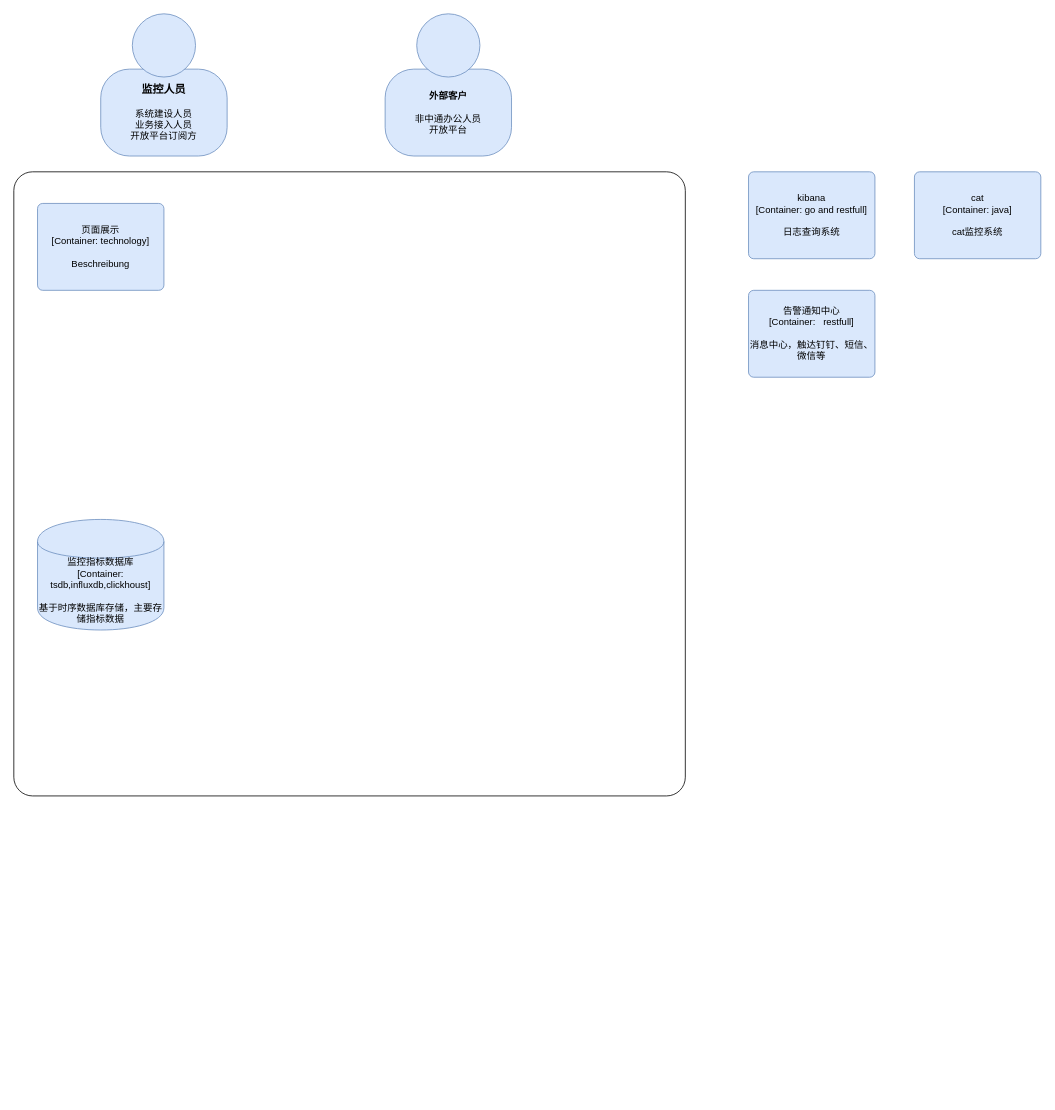
Before: Untitled Diagram.drawio in qq240996777/config_test, a draw.io diagram. Source tidied: cells renumbered, new cells numbered last; positions are measured from the earlier drawing's top-left corner, leaving out a move shared by most shapes. Both pictures are drawn from the tidied source at 79%, with x=0, y=0 at pixel (13, 13).
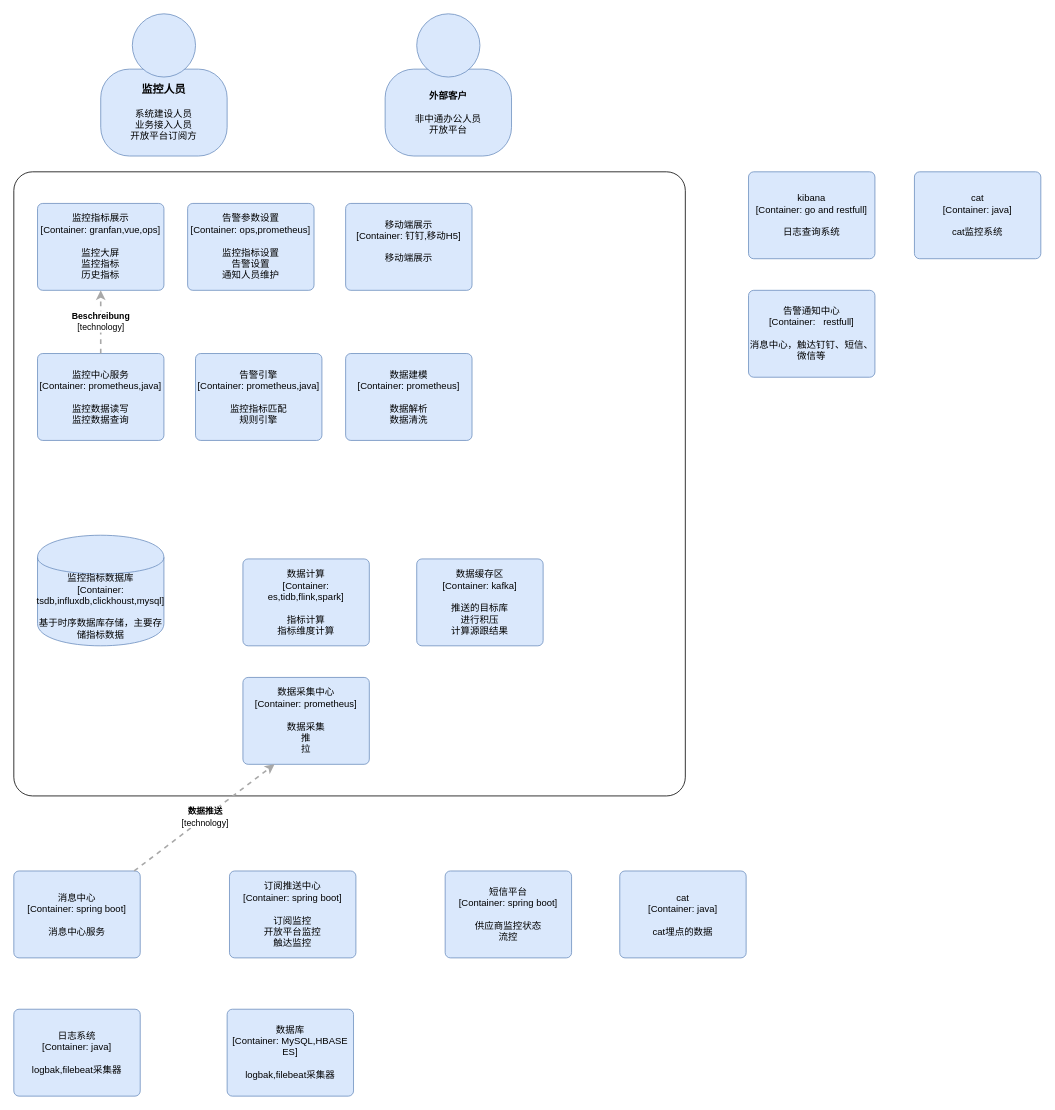
Above is the later version.

Change to the diagram source:
```diff
@@
-    <mxCell id="12" value="监控指标数据库&lt;br&gt;&lt;div&gt;[Container: tsdb,influxdb,clickhoust]&lt;/div&gt;&lt;div&gt;&lt;br&gt;&lt;/div&gt;&lt;div&gt;基于时序数据库存储，主要存储指标数据&lt;/div&gt;" style="shape=cylinder;whiteSpace=wrap;html=1;boundedLbl=1;rounded=0;labelBackgroundColor=none;fillColor=#dae8fc;fontSize=12;fontColor=#000000;align=center;strokeColor=#6c8ebf;" parent="1" vertex="1">
-      <mxGeometry x="30" y="640" width="160" height="140" as="geometry" />
+    <mxCell id="12" value="监控指标数据库&lt;br&gt;&lt;div&gt;[Container: tsdb,influxdb,clickhoust,mysql]&lt;/div&gt;&lt;div&gt;&lt;br&gt;&lt;/div&gt;&lt;div&gt;基于时序数据库存储，主要存储指标数据&lt;/div&gt;" style="shape=cylinder;whiteSpace=wrap;html=1;boundedLbl=1;rounded=0;labelBackgroundColor=none;fillColor=#dae8fc;fontSize=12;fontColor=#000000;align=center;strokeColor=#6c8ebf;" parent="1" vertex="1">
+      <mxGeometry x="30" y="660" width="160" height="140" as="geometry" />
     </mxCell>
-    <mxCell id="13" value="页面展示&lt;br&gt;&lt;div&gt;[Container:&amp;nbsp;&lt;span&gt;technology&lt;/span&gt;&lt;span&gt;]&lt;/span&gt;&lt;/div&gt;&lt;div&gt;&lt;br&gt;&lt;/div&gt;&lt;div&gt;Beschreibung&lt;/div&gt;" style="rounded=1;whiteSpace=wrap;html=1;labelBackgroundColor=none;fillColor=#dae8fc;fontColor=#000000;align=center;arcSize=6;strokeColor=#6c8ebf;shadow=0;glass=0;comic=0;" parent="1" vertex="1">
+    <mxCell id="13" value="监控指标展示&lt;br&gt;&lt;div&gt;[Container: granfan,vue,ops&lt;span&gt;]&lt;/span&gt;&lt;/div&gt;&lt;div&gt;&lt;br&gt;&lt;/div&gt;&lt;div&gt;监控大屏&lt;/div&gt;&lt;div&gt;监控指标&lt;/div&gt;&lt;div&gt;&lt;span&gt;历史指标&lt;/span&gt;&lt;/div&gt;" style="rounded=1;whiteSpace=wrap;html=1;labelBackgroundColor=none;fillColor=#dae8fc;fontColor=#000000;align=center;arcSize=6;strokeColor=#6c8ebf;shadow=0;glass=0;comic=0;" parent="1" vertex="1">
       <mxGeometry x="30" y="240" width="160" height="110" as="geometry" />
     </mxCell>
+    <mxCell id="14" value="告警参数设置&lt;br&gt;&lt;div&gt;[Container: ops,prometheus&lt;span&gt;]&lt;/span&gt;&lt;/div&gt;&lt;div&gt;&lt;br&gt;&lt;/div&gt;&lt;div&gt;监控指标设置&lt;/div&gt;&lt;div&gt;告警设置&lt;/div&gt;&lt;div&gt;通知人员维护&lt;/div&gt;" style="rounded=1;whiteSpace=wrap;html=1;labelBackgroundColor=none;fillColor=#dae8fc;fontColor=#000000;align=center;arcSize=6;strokeColor=#6c8ebf;shadow=0;glass=0;comic=0;" parent="1" vertex="1">
+      <mxGeometry x="220" y="240" width="160" height="110" as="geometry" />
+    </mxCell>
+    <mxCell id="15" value="移动端展示&lt;br&gt;&lt;div&gt;[Container: 钉钉,移动H5&lt;span&gt;]&lt;/span&gt;&lt;/div&gt;&lt;div&gt;&lt;br&gt;&lt;/div&gt;&lt;div&gt;移动端展示&lt;/div&gt;&lt;div&gt;&lt;br&gt;&lt;/div&gt;" style="rounded=1;whiteSpace=wrap;html=1;labelBackgroundColor=none;fillColor=#dae8fc;fontColor=#000000;align=center;arcSize=6;strokeColor=#6c8ebf;shadow=0;glass=0;comic=0;" parent="1" vertex="1">
+      <mxGeometry x="420" y="240" width="160" height="110" as="geometry" />
+    </mxCell>
+    <mxCell id="16" value="监控中心服务&lt;br&gt;&lt;div&gt;[Container: prometheus,java&lt;span&gt;]&lt;/span&gt;&lt;/div&gt;&lt;div&gt;&lt;br&gt;&lt;/div&gt;&lt;div&gt;监控数据读写&lt;/div&gt;&lt;div&gt;监控数据查询&lt;/div&gt;" style="rounded=1;whiteSpace=wrap;html=1;labelBackgroundColor=none;fillColor=#dae8fc;fontColor=#000000;align=center;arcSize=6;strokeColor=#6c8ebf;shadow=0;glass=0;comic=0;" parent="1" vertex="1">
+      <mxGeometry x="30" y="430" width="160" height="110" as="geometry" />
+    </mxCell>
+    <mxCell id="17" value="告警引擎&lt;br&gt;&lt;div&gt;[Container: prometheus,java&lt;span&gt;]&lt;/span&gt;&lt;/div&gt;&lt;div&gt;&lt;br&gt;&lt;/div&gt;&lt;div&gt;监控指标匹配&lt;/div&gt;&lt;div&gt;规则引擎&lt;/div&gt;" style="rounded=1;whiteSpace=wrap;html=1;labelBackgroundColor=none;fillColor=#dae8fc;fontColor=#000000;align=center;arcSize=6;strokeColor=#6c8ebf;shadow=0;glass=0;comic=0;" parent="1" vertex="1">
+      <mxGeometry x="230" y="430" width="160" height="110" as="geometry" />
+    </mxCell>
+    <mxCell id="18" value="数据建模&lt;br&gt;&lt;div&gt;[Container: prometheus&lt;span&gt;]&lt;/span&gt;&lt;/div&gt;&lt;div&gt;&lt;br&gt;&lt;/div&gt;&lt;div&gt;数据解析&lt;/div&gt;&lt;div&gt;数据清洗&lt;/div&gt;" style="rounded=1;whiteSpace=wrap;html=1;labelBackgroundColor=none;fillColor=#dae8fc;fontColor=#000000;align=center;arcSize=6;strokeColor=#6c8ebf;shadow=0;glass=0;comic=0;" parent="1" vertex="1">
+      <mxGeometry x="420" y="430" width="160" height="110" as="geometry" />
+    </mxCell>
+    <mxCell id="19" value="数据计算&lt;br&gt;&lt;div&gt;[Container: es,tidb,flink,spark&lt;span&gt;]&lt;/span&gt;&lt;/div&gt;&lt;div&gt;&lt;br&gt;&lt;/div&gt;&lt;div&gt;指标计算&lt;/div&gt;&lt;div&gt;指标维度计算&lt;/div&gt;" style="rounded=1;whiteSpace=wrap;html=1;labelBackgroundColor=none;fillColor=#dae8fc;fontColor=#000000;align=center;arcSize=6;strokeColor=#6c8ebf;shadow=0;glass=0;comic=0;" parent="1" vertex="1">
+      <mxGeometry x="290" y="690" width="160" height="110" as="geometry" />
+    </mxCell>
+    <mxCell id="20" value="数据采集中心&lt;br&gt;&lt;div&gt;[Container: prometheus&lt;span&gt;]&lt;/span&gt;&lt;/div&gt;&lt;div&gt;&lt;br&gt;&lt;/div&gt;&lt;div&gt;数据采集&lt;/div&gt;&lt;div&gt;推&lt;/div&gt;&lt;div&gt;拉&lt;/div&gt;" style="rounded=1;whiteSpace=wrap;html=1;labelBackgroundColor=none;fillColor=#dae8fc;fontColor=#000000;align=center;arcSize=6;strokeColor=#6c8ebf;shadow=0;glass=0;comic=0;" parent="1" vertex="1">
+      <mxGeometry x="290" y="840" width="160" height="110" as="geometry" />
+    </mxCell>
+    <mxCell id="21" value="消息中心&lt;br&gt;&lt;div&gt;[Container: spring boot&lt;span&gt;]&lt;/span&gt;&lt;/div&gt;&lt;div&gt;&lt;br&gt;&lt;/div&gt;&lt;div&gt;消息中心服务&lt;/div&gt;" style="rounded=1;whiteSpace=wrap;html=1;labelBackgroundColor=none;fillColor=#dae8fc;fontColor=#000000;align=center;arcSize=6;strokeColor=#6c8ebf;" parent="1" vertex="1">
+      <mxGeometry y="1085" width="160" height="110" as="geometry" />
+    </mxCell>
+    <mxCell id="22" value="订阅推送中心&lt;br&gt;&lt;div&gt;[Container: spring boot&lt;span&gt;]&lt;/span&gt;&lt;/div&gt;&lt;div&gt;&lt;br&gt;&lt;/div&gt;&lt;div&gt;订阅监控&lt;/div&gt;&lt;div&gt;开放平台监控&lt;/div&gt;&lt;div&gt;触达监控&lt;/div&gt;" style="rounded=1;whiteSpace=wrap;html=1;labelBackgroundColor=none;fillColor=#dae8fc;fontColor=#000000;align=center;arcSize=6;strokeColor=#6c8ebf;" parent="1" vertex="1">
+      <mxGeometry x="273" y="1085" width="160" height="110" as="geometry" />
+    </mxCell>
+    <mxCell id="23" value="短信平台&lt;br&gt;&lt;div&gt;[Container: spring boot&lt;span&gt;]&lt;/span&gt;&lt;/div&gt;&lt;div&gt;&lt;br&gt;&lt;/div&gt;&lt;div&gt;供应商监控状态&lt;/div&gt;&lt;div&gt;流控&lt;/div&gt;" style="rounded=1;whiteSpace=wrap;html=1;labelBackgroundColor=none;fillColor=#dae8fc;fontColor=#000000;align=center;arcSize=6;strokeColor=#6c8ebf;" parent="1" vertex="1">
+      <mxGeometry x="546" y="1085" width="160" height="110" as="geometry" />
+    </mxCell>
+    <mxCell id="24" value="数据缓存区&lt;br&gt;&lt;div&gt;[Container: kafka&lt;span&gt;]&lt;/span&gt;&lt;/div&gt;&lt;div&gt;&lt;br&gt;&lt;/div&gt;&lt;div&gt;推送的目标库&lt;/div&gt;&lt;div&gt;进行积压&lt;/div&gt;&lt;div&gt;计算源跟结果&lt;/div&gt;" style="rounded=1;whiteSpace=wrap;html=1;labelBackgroundColor=none;fillColor=#dae8fc;fontColor=#000000;align=center;arcSize=6;strokeColor=#6c8ebf;" parent="1" vertex="1">
+      <mxGeometry x="510" y="690" width="160" height="110" as="geometry" />
+    </mxCell>
+    <mxCell id="25" value="cat&lt;br&gt;&lt;div&gt;[Container: java&lt;span&gt;]&lt;/span&gt;&lt;/div&gt;&lt;div&gt;&lt;br&gt;&lt;/div&gt;&lt;div&gt;cat埋点的数据&lt;/div&gt;" style="rounded=1;whiteSpace=wrap;html=1;labelBackgroundColor=none;fillColor=#dae8fc;fontColor=#000000;align=center;arcSize=6;strokeColor=#6c8ebf;" parent="1" vertex="1">
+      <mxGeometry x="767" y="1085" width="160" height="110" as="geometry" />
+    </mxCell>
+    <mxCell id="26" value="日志系统&lt;br&gt;&lt;div&gt;[Container: java&lt;span&gt;]&lt;/span&gt;&lt;/div&gt;&lt;div&gt;&lt;br&gt;&lt;/div&gt;&lt;div&gt;logbak,filebeat采集器&lt;/div&gt;" style="rounded=1;whiteSpace=wrap;html=1;labelBackgroundColor=none;fillColor=#dae8fc;fontColor=#000000;align=center;arcSize=6;strokeColor=#6c8ebf;" parent="1" vertex="1">
+      <mxGeometry y="1260" width="160" height="110" as="geometry" />
+    </mxCell>
+    <mxCell id="27" value="&lt;div style=&quot;text-align: left&quot;&gt;&lt;div style=&quot;text-align: center&quot;&gt;&lt;b&gt;数据推送&lt;/b&gt;&lt;/div&gt;&lt;div style=&quot;text-align: center&quot;&gt;[technology]&lt;/div&gt;&lt;/div&gt;" style="edgeStyle=none;rounded=0;html=1;entryX=0.25;entryY=1;jettySize=auto;strokeColor=#A8A8A8;strokeWidth=2;fontColor=#000000;jumpStyle=none;dashed=1;entryDx=0;entryDy=0;" parent="1" edge="1" source="21" target="20">
+      <mxGeometry relative="1" as="geometry" />
+    </mxCell>
+    <mxCell id="28" value="&lt;div style=&quot;text-align: left&quot;&gt;&lt;div style=&quot;text-align: center&quot;&gt;&lt;b&gt;Beschreibung&lt;/b&gt;&lt;/div&gt;&lt;div style=&quot;text-align: center&quot;&gt;[technology]&lt;/div&gt;&lt;/div&gt;" style="edgeStyle=none;rounded=0;html=1;jettySize=auto;strokeColor=#A8A8A8;strokeWidth=2;fontColor=#000000;jumpStyle=none;dashed=1;exitX=0.5;exitY=0;exitDx=0;exitDy=0;" parent="1" edge="1" source="16" target="13">
+      <mxGeometry relative="1" as="geometry" />
+    </mxCell>
+    <mxCell id="29" value="数据库&lt;br&gt;&lt;div&gt;[Container: MySQL,HBASE ES&lt;span&gt;]&lt;/span&gt;&lt;/div&gt;&lt;div&gt;&lt;br&gt;&lt;/div&gt;&lt;div&gt;logbak,filebeat采集器&lt;/div&gt;" style="rounded=1;whiteSpace=wrap;html=1;labelBackgroundColor=none;fillColor=#dae8fc;fontColor=#000000;align=center;arcSize=6;strokeColor=#6c8ebf;" parent="1" vertex="1">
+      <mxGeometry x="270" y="1260" width="160" height="110" as="geometry" />
+    </mxCell>
```
